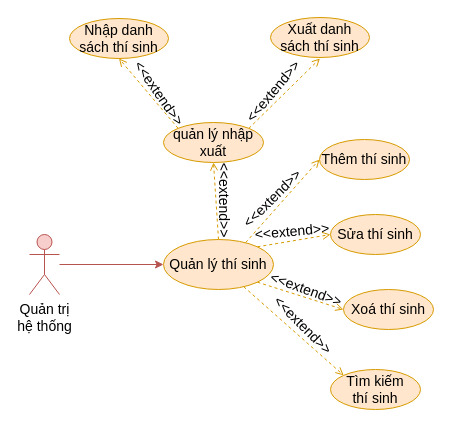
Earlier version of the draw.io diagram document/temp/draw/usecase_phanra/usecase_thisinh.drawio (copecute/Edudex-Quiz). Source tidied: cells renumbered, new cells numbered last; positions are measured from the earlier drawing's top-left corner, leaving out a move shared by most shapes. Both pictures are drawn from the tidied source at 100%, with x=0, y=0 at pixel (29, 17).
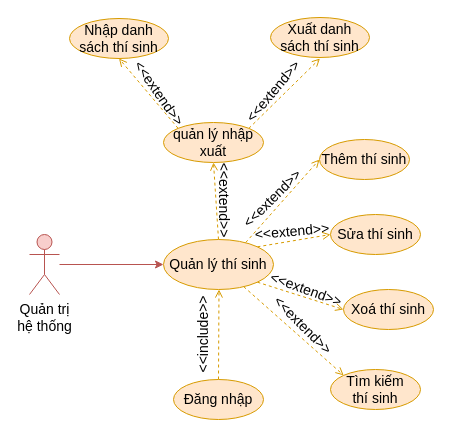
The same page after the edit.

Change to the diagram source:
```diff
@@
+    <mxCell id="26" style="rounded=0;jettySize=auto;html=1;exitX=0.5;exitY=0;exitDx=0;exitDy=0;entryX=0.5;entryY=1;entryDx=0;entryDy=0;fillColor=#ffe6cc;strokeColor=#d79b00;endArrow=open;endFill=0;dashed=1;" parent="1" edge="1" source="27">
+      <mxGeometry relative="1" as="geometry">
+        <mxPoint x="189.5" y="272" as="targetPoint" />
+      </mxGeometry>
+    </mxCell>
+    <mxCell id="27" value="Đăng nhập" style="ellipse;whiteSpace=wrap;html=1;fillColor=#ffe6cc;strokeColor=#d79b00;fontSize=14;" parent="1" vertex="1">
+      <mxGeometry x="144" y="362" width="90" height="40" as="geometry" />
+    </mxCell>
+    <mxCell id="28" value="&lt;font&gt;&amp;lt;&amp;lt;include&amp;gt;&amp;gt;&lt;/font&gt;" style="text;html=1;strokeColor=none;fillColor=none;align=center;verticalAlign=middle;whiteSpace=wrap;rounded=0;rotation=-90;fontSize=14;" parent="1" vertex="1">
+      <mxGeometry x="144" y="302" width="60" height="30" as="geometry" />
+    </mxCell>
```
